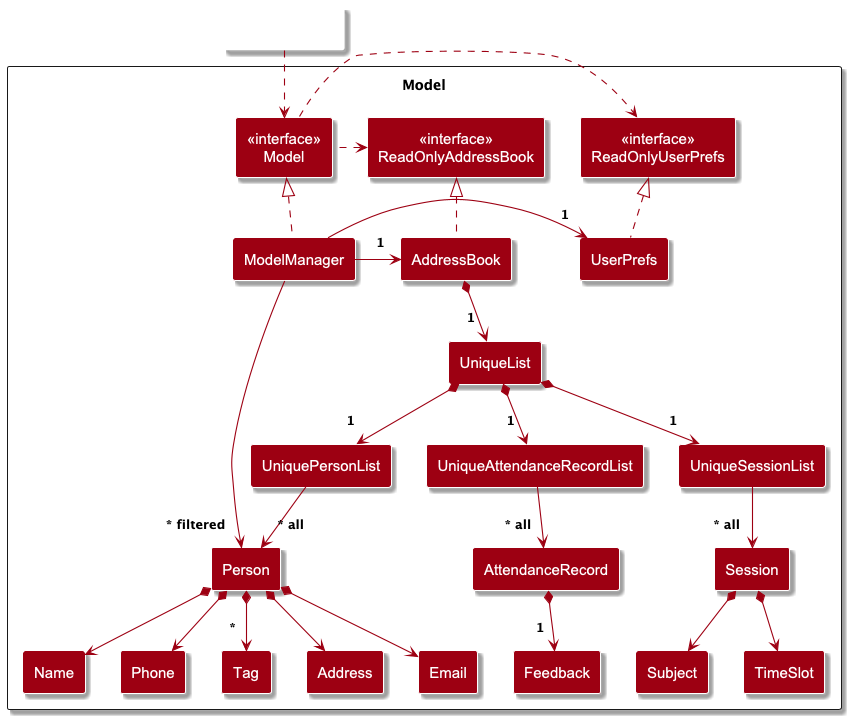
This is docs/images/ModelClassDiagram.png from themintchoco/tp, a PlantUML export, as it was before one commit.
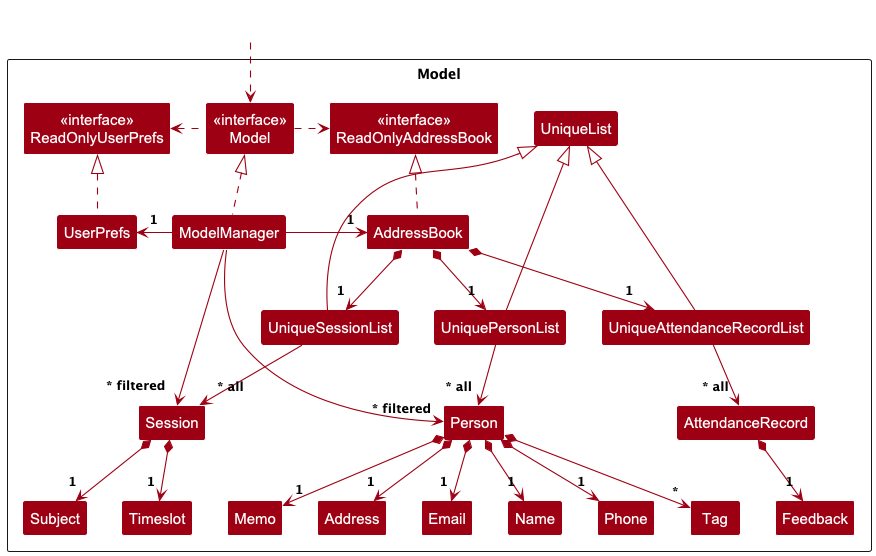
Later version of the same file.

Commit message:
Fix Model class diagram

What changed in the source:
```diff
@@ -4,8 +4,7 @@
 skinparam arrowThickness 1.1
 skinparam arrowColor MODEL_COLOR
 skinparam classBackgroundColor MODEL_COLOR
-skinparam Padding 8
-skinparam Shadowing true
+skinparam Padding 4
 
 Package Model as ModelPackage <<Rectangle>> {
     Class "<<interface>>\nReadOnlyAddressBook" as ReadOnlyAddressBook
@@ -25,8 +24,9 @@
     Class Name
     Class Phone
     Class Tag
+    Class Memo
     Class Session
-    Class TimeSlot
+    Class Timeslot
     Class Subject
     Class AttendanceRecord
     Class Feedback
@@ -38,29 +38,34 @@
 AddressBook .up.|> ReadOnlyAddressBook
 ModelManager .up.|> Model
 
-Model .right.> ReadOnlyUserPrefs
-Model .left.> ReadOnlyAddressBook
-ModelManager -left-> "1" AddressBook
-ModelManager -right-> "1" UserPrefs
+Model .left.> ReadOnlyUserPrefs
+Model .right.> ReadOnlyAddressBook
+ModelManager -right-> "1" AddressBook
+ModelManager -left-> "1" UserPrefs
 UserPrefs .up.|> ReadOnlyUserPrefs
 
-UniqueList *--> "1" UniquePersonList
 UniquePersonList --> "~* all" Person
-Person *--> Name
-Person *--> Phone
-Person *--> Email
-Person *--> Address
+Person *--> "1" Name
+Person *--> "1" Phone
+Person *--> "1" Email
+Person *--> "1" Address
+Person *--> "1" Memo
 Person *--> "*" Tag
 
-AddressBook *--> "1" UniqueList
-UniqueList *--> "1" UniqueSessionList
+UniquePersonList -up--|> UniqueList
+UniqueSessionList -up--|> UniqueList
+UniqueAttendanceRecordList -up--|> UniqueList
+AddressBook *--> "1" UniquePersonList
+AddressBook *--> "1" UniqueSessionList
+AddressBook *--> "1" UniqueAttendanceRecordList
+
 UniqueSessionList --> "~* all" Session
-Session *--> TimeSlot
-Session *--> Subject
+Session *--> "1" Timeslot
+Session *--> "1" Subject
 
-UniqueList *--> "1" UniqueAttendanceRecordList
 UniqueAttendanceRecordList --> "~* all" AttendanceRecord
 
 AttendanceRecord *--> "1" Feedback
 ModelManager --> "~* filtered" Person
+ModelManager --> "~* filtered" Session
 @enduml
```
